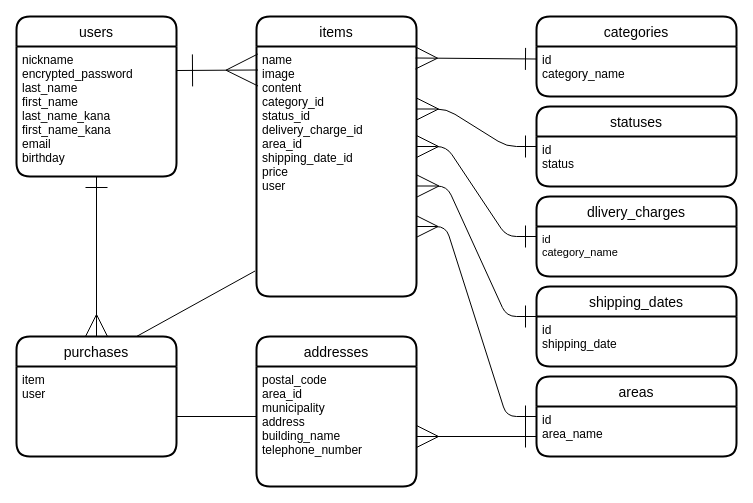
nagano518/furima-38866 keeps this draw.io diagram as ER.dio. Above is the earlier version. Source tidied: cells renumbered, new cells numbered last; positions are measured from the earlier drawing's top-left corner, leaving out a move shared by most shapes. Both pictures are drawn from the tidied source at 100%, with x=0, y=0 at pixel (16, 16).
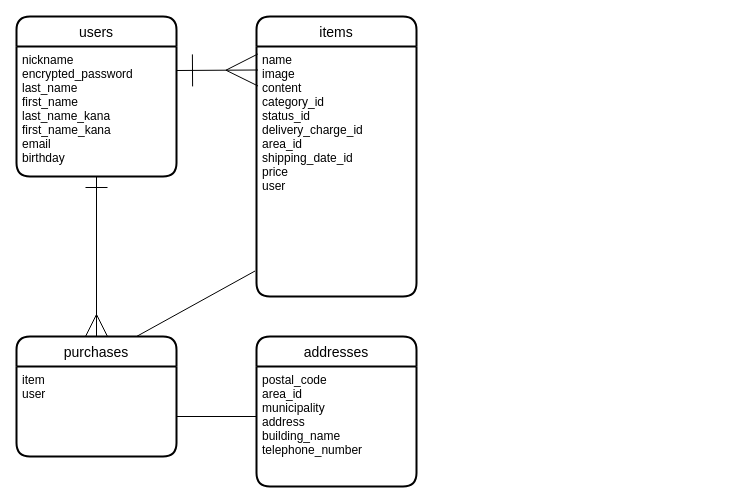
After the change.

Commit message (it also covers changes not shown here):
activehash用のテーブル削除

The change refers to these unchanged cells:
```xml
<mxCell id="5" value="name&#10;image&#10;content&#10;category_id&#10;status_id&#10;delivery_charge_id&#10;area_id&#10;shipping_date_id&#10;price&#10;user" style="align=left;strokeColor=none;fillColor=none;spacingLeft=4;fontSize=12;verticalAlign=top;" parent="4" vertex="1">
  <mxGeometry y="30" width="160" height="250" as="geometry" />
</mxCell>
```

Diff of the diagram source:
```diff
@@
-    <mxCell id="8" value="categories" style="swimlane;horizontal=1;startSize=30;rounded=1;fontSize=14;fontStyle=0;strokeWidth=2;shadow=0;dashed=0;align=center;" parent="1" vertex="1">
-      <mxGeometry x="520" width="200" height="80" as="geometry" />
-    </mxCell>
-    <mxCell id="9" value="id&#10;category_name" style="align=left;strokeColor=none;fillColor=none;spacingLeft=4;fontSize=12;verticalAlign=top;" parent="8" vertex="1">
-      <mxGeometry y="30" width="200" height="50" as="geometry" />
-    </mxCell>
-    <mxCell id="10" style="edgeStyle=none;html=1;startArrow=ERmany;startFill=0;endArrow=ERone;endFill=0;startSize=20;endSize=20;entryX=0;entryY=0.25;entryDx=0;entryDy=0;exitX=0.994;exitY=0.046;exitDx=0;exitDy=0;exitPerimeter=0;" parent="1" edge="1" source="5" target="9">
-      <mxGeometry relative="1" as="geometry" />
-    </mxCell>
-    <mxCell id="11" value="statuses" style="swimlane;horizontal=1;startSize=30;rounded=1;fontSize=14;fontStyle=0;strokeWidth=2;shadow=0;dashed=0;align=center;" parent="1" vertex="1">
-      <mxGeometry x="520" y="90" width="200" height="80" as="geometry" />
-    </mxCell>
-    <mxCell id="12" value="id&#10;status" style="align=left;strokeColor=none;fillColor=none;spacingLeft=4;fontSize=12;verticalAlign=top;" parent="11" vertex="1">
-      <mxGeometry y="30" width="200" height="50" as="geometry" />
-    </mxCell>
-    <mxCell id="13" value="dlivery_charges" style="swimlane;horizontal=1;startSize=30;rounded=1;fontSize=14;fontStyle=0;strokeWidth=2;shadow=0;dashed=0;align=center;" parent="1" vertex="1">
-      <mxGeometry x="520" y="180" width="200" height="80" as="geometry" />
-    </mxCell>
-    <mxCell id="14" value="id&#10;category_name" style="align=left;strokeColor=none;fillColor=none;spacingLeft=4;fontSize=11;verticalAlign=top;" parent="13" vertex="1">
-      <mxGeometry y="30" width="200" height="50" as="geometry" />
-    </mxCell>
-    <mxCell id="15" value="areas" style="swimlane;horizontal=1;startSize=30;rounded=1;fontSize=14;fontStyle=0;strokeWidth=2;shadow=0;dashed=0;align=center;" parent="1" vertex="1">
-      <mxGeometry x="520" y="360" width="200" height="80" as="geometry" />
-    </mxCell>
-    <mxCell id="16" value="id&#10;area_name" style="align=left;strokeColor=none;fillColor=none;spacingLeft=4;fontSize=12;verticalAlign=top;" parent="15" vertex="1">
-      <mxGeometry y="30" width="200" height="50" as="geometry" />
-    </mxCell>
-    <mxCell id="17" value="shipping_dates" style="swimlane;horizontal=1;startSize=30;rounded=1;fontSize=14;fontStyle=0;strokeWidth=2;shadow=0;dashed=0;align=center;" parent="1" vertex="1">
-      <mxGeometry x="520" y="270" width="200" height="80" as="geometry" />
-    </mxCell>
-    <mxCell id="18" value="id&#10;shipping_date" style="align=left;strokeColor=none;fillColor=none;spacingLeft=4;fontSize=12;verticalAlign=top;" parent="17" vertex="1">
-      <mxGeometry y="30" width="200" height="50" as="geometry" />
-    </mxCell>
-    <mxCell id="19" style="edgeStyle=entityRelationEdgeStyle;fontSize=12;html=1;endArrow=ERone;startSize=20;endSize=20;entryX=0;entryY=0.5;entryDx=0;entryDy=0;exitX=1;exitY=0.25;exitDx=0;exitDy=0;startArrow=ERmany;startFill=0;endFill=0;" parent="1" edge="1" source="5" target="11">
-      <mxGeometry relative="1" as="geometry" />
-    </mxCell>
-    <mxCell id="20" style="edgeStyle=entityRelationEdgeStyle;fontSize=12;html=1;endArrow=ERone;startSize=20;endSize=20;entryX=0;entryY=0.5;entryDx=0;entryDy=0;exitX=1;exitY=0.4;exitDx=0;exitDy=0;startArrow=ERmany;startFill=0;endFill=0;exitPerimeter=0;" parent="1" edge="1" source="5" target="13">
-      <mxGeometry relative="1" as="geometry" />
-    </mxCell>
-    <mxCell id="21" style="edgeStyle=entityRelationEdgeStyle;fontSize=12;html=1;endArrow=ERone;startSize=20;endSize=20;entryX=0;entryY=0;entryDx=0;entryDy=0;exitX=1.003;exitY=0.558;exitDx=0;exitDy=0;startArrow=ERmany;startFill=0;endFill=0;exitPerimeter=0;" parent="1" edge="1" source="5" target="18">
-      <mxGeometry relative="1" as="geometry" />
-    </mxCell>
-    <mxCell id="22" style="edgeStyle=entityRelationEdgeStyle;fontSize=12;html=1;endArrow=ERone;startSize=20;endSize=20;entryX=0;entryY=0.5;entryDx=0;entryDy=0;exitX=0.997;exitY=0.385;exitDx=0;exitDy=0;exitPerimeter=0;startArrow=ERmany;startFill=0;endFill=0;" parent="1" edge="1" target="15">
-      <mxGeometry relative="1" as="geometry">
-        <mxPoint x="399.5" y="210" as="sourcePoint" />
-      </mxGeometry>
-    </mxCell>
@@
-    <mxCell id="29" style="edgeStyle=none;html=1;entryX=0;entryY=0.75;entryDx=0;entryDy=0;fontSize=11;startArrow=ERmany;startFill=0;endArrow=ERone;endFill=0;startSize=20;endSize=20;" parent="1" edge="1" target="15">
-      <mxGeometry relative="1" as="geometry">
-        <mxPoint x="400" y="420" as="sourcePoint" />
-      </mxGeometry>
-    </mxCell>
```
